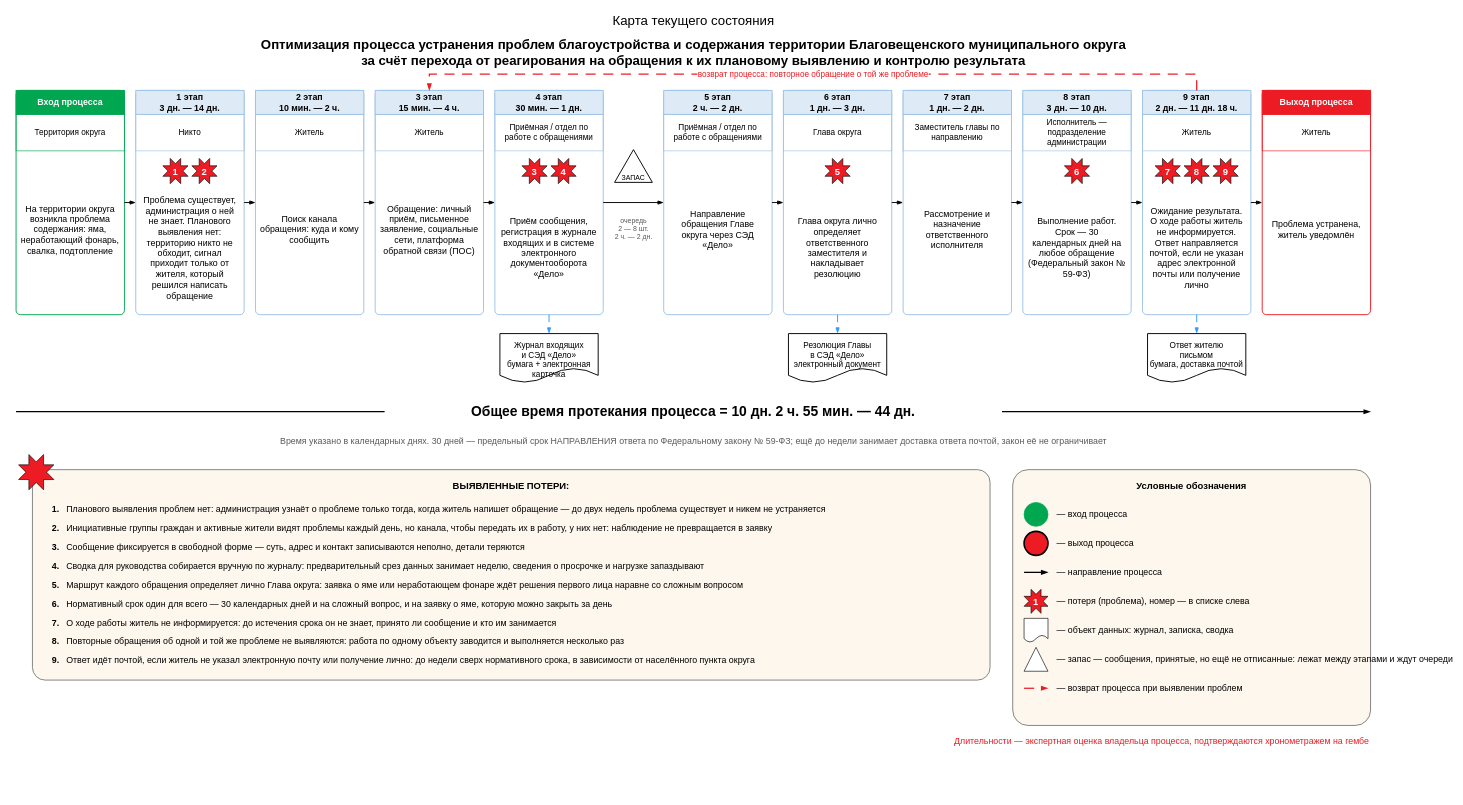
The draw.io diagram page "Текущее состояние" (1 of 2) of файлы/karta-tekushchego.drawio in NiceGenn/Team-28-progress, before the edit. Source tidied: cells renumbered, new cells numbered last; positions are measured from the earlier drawing's top-left corner, leaving out a move shared by most shapes. Both pictures are drawn from the tidied source at 63%, with x=0, y=0 at pixel (16, 11).
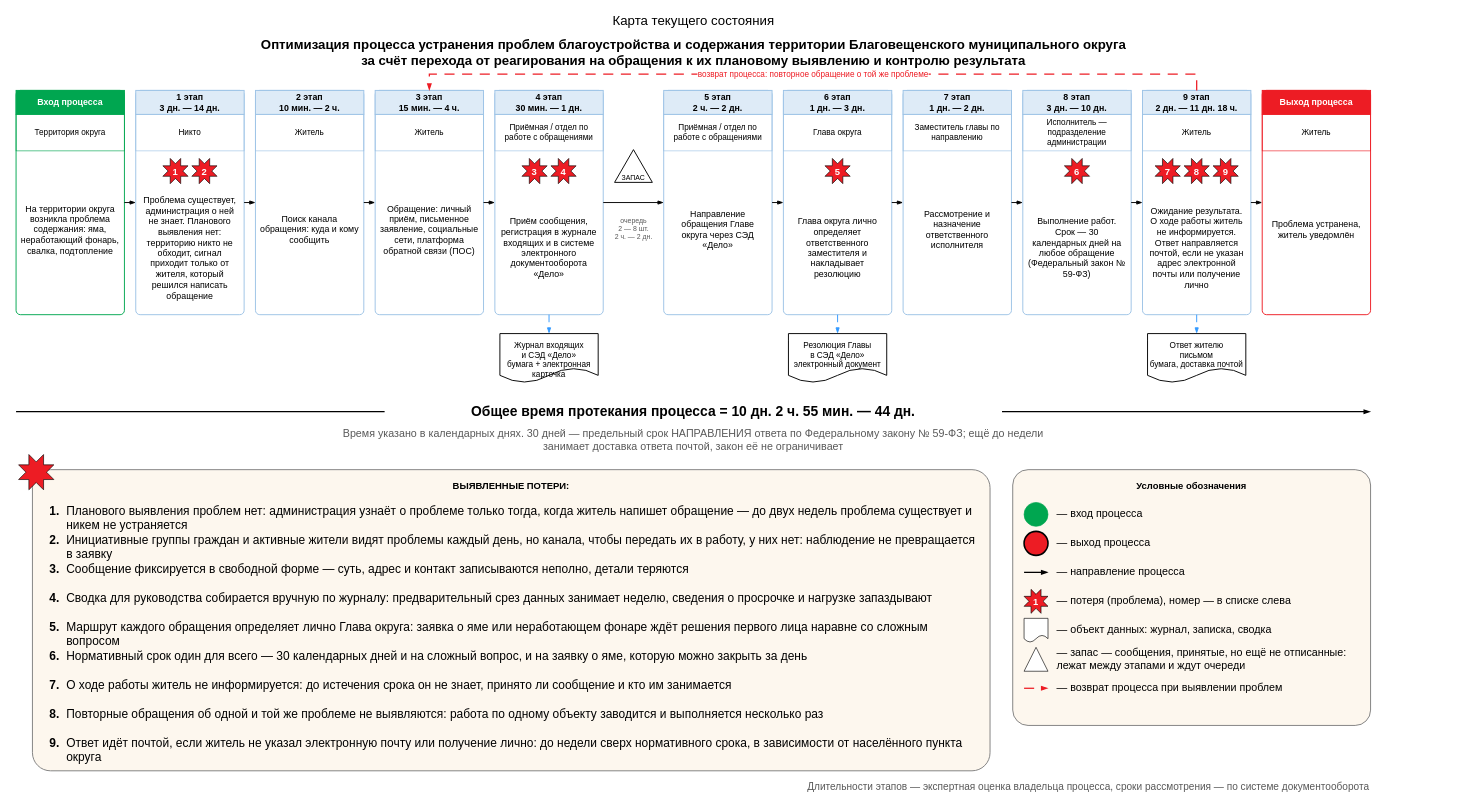
After the change.

The change refers to these unchanged cells:
```xml
<mxCell id="99" value="Условные обозначения" style="rounded=1;arcSize=6;whiteSpace=wrap;html=1;fillColor=#FDF7EE;strokeColor=#7F7F7F;strokeWidth=1.5;verticalAlign=top;align=center;fontSize=15;fontStyle=1;spacing=12;" parent="1" vertex="1">
  <mxGeometry x="1582" y="728" width="568" height="406" as="geometry" />
</mxCell>
```

What changed in the source:
```diff
@@
-    <mxCell id="78" value="Время указано в календарных днях. 30 дней — предельный срок НАПРАВЛЕНИЯ ответа по Федеральному закону № 59-ФЗ; ещё до недели занимает доставка ответа почтой, закон её не ограничивает" style="text;html=1;align=center;verticalAlign=middle;fontSize=14;fontColor=#595959;" parent="1" vertex="1">
+    <mxCell id="78" value="Время указано в календарных днях. 30 дней — предельный срок НАПРАВЛЕНИЯ ответа по Федеральному закону № 59-ФЗ; ещё до недели занимает доставка ответа почтой, закон её не ограничивает" style="text;html=1;align=center;verticalAlign=middle;whiteSpace=wrap;fontSize=17;fontColor=#595959;" parent="1" vertex="1">
       <mxGeometry x="515" y="660" width="1120" height="44" as="geometry" />
     </mxCell>
     <mxCell id="79" value="ВЫЯВЛЕННЫЕ ПОТЕРИ:" style="rounded=1;arcSize=6;whiteSpace=wrap;html=1;fillColor=#FDF7EE;strokeColor=#7F7F7F;strokeWidth=1.5;verticalAlign=top;align=center;fontSize=15;fontStyle=1;spacing=12;" parent="1" vertex="1">
-      <mxGeometry x="26" y="728" width="1520" height="334" as="geometry" />
+      <mxGeometry x="26" y="728" width="1520" height="478" as="geometry" />
     </mxCell>
-    <mxCell id="80" value="1." style="text;html=1;align=right;verticalAlign=middle;fontSize=14;fontStyle=1;" parent="79" vertex="1">
-      <mxGeometry x="14" y="48" width="30" height="30" as="geometry" />
+    <mxCell id="80" value="1." style="text;html=1;align=right;verticalAlign=top;fontSize=19;fontStyle=1;" parent="79" vertex="1">
+      <mxGeometry x="10" y="48" width="34" height="46" as="geometry" />
     </mxCell>
-    <mxCell id="81" value="Планового выявления проблем нет: администрация узнаёт о проблеме только тогда, когда житель напишет обращение — до двух недель проблема существует и никем не устраняется" style="text;html=1;align=left;verticalAlign=middle;fontSize=14;" parent="79" vertex="1">
-      <mxGeometry x="52" y="48" width="1450" height="30" as="geometry" />
+    <mxCell id="81" value="Планового выявления проблем нет: администрация узнаёт о проблеме только тогда, когда житель напишет обращение — до двух недель проблема существует и никем не устраняется" style="text;html=1;align=left;verticalAlign=top;whiteSpace=wrap;fontSize=19;" parent="79" vertex="1">
+      <mxGeometry x="52" y="48" width="1450" height="46" as="geometry" />
     </mxCell>
-    <mxCell id="82" value="2." style="text;html=1;align=right;verticalAlign=middle;fontSize=14;fontStyle=1;" parent="79" vertex="1">
-      <mxGeometry x="14" y="78" width="30" height="30" as="geometry" />
+    <mxCell id="82" value="2." style="text;html=1;align=right;verticalAlign=top;fontSize=19;fontStyle=1;" parent="79" vertex="1">
+      <mxGeometry x="10" y="94" width="34" height="46" as="geometry" />
     </mxCell>
-    <mxCell id="83" value="Инициативные группы граждан и активные жители видят проблемы каждый день, но канала, чтобы передать их в работу, у них нет: наблюдение не превращается в заявку" style="text;html=1;align=left;verticalAlign=middle;fontSize=14;" parent="79" vertex="1">
-      <mxGeometry x="52" y="78" width="1450" height="30" as="geometry" />
+    <mxCell id="83" value="Инициативные группы граждан и активные жители видят проблемы каждый день, но канала, чтобы передать их в работу, у них нет: наблюдение не превращается в заявку" style="text;html=1;align=left;verticalAlign=top;whiteSpace=wrap;fontSize=19;" parent="79" vertex="1">
+      <mxGeometry x="52" y="94" width="1450" height="46" as="geometry" />
     </mxCell>
-    <mxCell id="84" value="3." style="text;html=1;align=right;verticalAlign=middle;fontSize=14;fontStyle=1;" parent="79" vertex="1">
-      <mxGeometry x="14" y="108" width="30" height="30" as="geometry" />
+    <mxCell id="84" value="3." style="text;html=1;align=right;verticalAlign=top;fontSize=19;fontStyle=1;" parent="79" vertex="1">
+      <mxGeometry x="10" y="140" width="34" height="46" as="geometry" />
     </mxCell>
-    <mxCell id="85" value="Сообщение фиксируется в свободной форме — суть, адрес и контакт записываются неполно, детали теряются" style="text;html=1;align=left;verticalAlign=middle;fontSize=14;" parent="79" vertex="1">
-      <mxGeometry x="52" y="108" width="1450" height="30" as="geometry" />
+    <mxCell id="85" value="Сообщение фиксируется в свободной форме — суть, адрес и контакт записываются неполно, детали теряются" style="text;html=1;align=left;verticalAlign=top;whiteSpace=wrap;fontSize=19;" parent="79" vertex="1">
+      <mxGeometry x="52" y="140" width="1450" height="46" as="geometry" />
     </mxCell>
-    <mxCell id="86" value="4." style="text;html=1;align=right;verticalAlign=middle;fontSize=14;fontStyle=1;" parent="79" vertex="1">
-      <mxGeometry x="14" y="138" width="30" height="30" as="geometry" />
+    <mxCell id="86" value="4." style="text;html=1;align=right;verticalAlign=top;fontSize=19;fontStyle=1;" parent="79" vertex="1">
+      <mxGeometry x="10" y="186" width="34" height="46" as="geometry" />
     </mxCell>
-    <mxCell id="87" value="Сводка для руководства собирается вручную по журналу: предварительный срез данных занимает неделю, сведения о просрочке и нагрузке запаздывают" style="text;html=1;align=left;verticalAlign=middle;fontSize=14;" parent="79" vertex="1">
-      <mxGeometry x="52" y="138" width="1450" height="30" as="geometry" />
+    <mxCell id="87" value="Сводка для руководства собирается вручную по журналу: предварительный срез данных занимает неделю, сведения о просрочке и нагрузке запаздывают" style="text;html=1;align=left;verticalAlign=top;whiteSpace=wrap;fontSize=19;" parent="79" vertex="1">
+      <mxGeometry x="52" y="186" width="1450" height="46" as="geometry" />
     </mxCell>
-    <mxCell id="88" value="5." style="text;html=1;align=right;verticalAlign=middle;fontSize=14;fontStyle=1;" parent="79" vertex="1">
-      <mxGeometry x="14" y="168" width="30" height="30" as="geometry" />
+    <mxCell id="88" value="5." style="text;html=1;align=right;verticalAlign=top;fontSize=19;fontStyle=1;" parent="79" vertex="1">
+      <mxGeometry x="10" y="232" width="34" height="46" as="geometry" />
     </mxCell>
-    <mxCell id="89" value="Маршрут каждого обращения определяет лично Глава округа: заявка о яме или неработающем фонаре ждёт решения первого лица наравне со сложным вопросом" style="text;html=1;align=left;verticalAlign=middle;fontSize=14;" parent="79" vertex="1">
-      <mxGeometry x="52" y="168" width="1450" height="30" as="geometry" />
+    <mxCell id="89" value="Маршрут каждого обращения определяет лично Глава округа: заявка о яме или неработающем фонаре ждёт решения первого лица наравне со сложным вопросом" style="text;html=1;align=left;verticalAlign=top;whiteSpace=wrap;fontSize=19;" parent="79" vertex="1">
+      <mxGeometry x="52" y="232" width="1450" height="46" as="geometry" />
     </mxCell>
-    <mxCell id="90" value="6." style="text;html=1;align=right;verticalAlign=middle;fontSize=14;fontStyle=1;" parent="79" vertex="1">
-      <mxGeometry x="14" y="198" width="30" height="30" as="geometry" />
+    <mxCell id="90" value="6." style="text;html=1;align=right;verticalAlign=top;fontSize=19;fontStyle=1;" parent="79" vertex="1">
+      <mxGeometry x="10" y="278" width="34" height="46" as="geometry" />
     </mxCell>
-    <mxCell id="91" value="Нормативный срок один для всего — 30 календарных дней и на сложный вопрос, и на заявку о яме, которую можно закрыть за день" style="text;html=1;align=left;verticalAlign=middle;fontSize=14;" parent="79" vertex="1">
-      <mxGeometry x="52" y="198" width="1450" height="30" as="geometry" />
+    <mxCell id="91" value="Нормативный срок один для всего — 30 календарных дней и на сложный вопрос, и на заявку о яме, которую можно закрыть за день" style="text;html=1;align=left;verticalAlign=top;whiteSpace=wrap;fontSize=19;" parent="79" vertex="1">
+      <mxGeometry x="52" y="278" width="1450" height="46" as="geometry" />
     </mxCell>
-    <mxCell id="92" value="7." style="text;html=1;align=right;verticalAlign=middle;fontSize=14;fontStyle=1;" parent="79" vertex="1">
-      <mxGeometry x="14" y="228" width="30" height="30" as="geometry" />
+    <mxCell id="92" value="7." style="text;html=1;align=right;verticalAlign=top;fontSize=19;fontStyle=1;" parent="79" vertex="1">
+      <mxGeometry x="10" y="324" width="34" height="46" as="geometry" />
     </mxCell>
-    <mxCell id="93" value="О ходе работы житель не информируется: до истечения срока он не знает, принято ли сообщение и кто им занимается" style="text;html=1;align=left;verticalAlign=middle;fontSize=14;" parent="79" vertex="1">
-      <mxGeometry x="52" y="228" width="1450" height="30" as="geometry" />
+    <mxCell id="93" value="О ходе работы житель не информируется: до истечения срока он не знает, принято ли сообщение и кто им занимается" style="text;html=1;align=left;verticalAlign=top;whiteSpace=wrap;fontSize=19;" parent="79" vertex="1">
+      <mxGeometry x="52" y="324" width="1450" height="46" as="geometry" />
     </mxCell>
-    <mxCell id="94" value="8." style="text;html=1;align=right;verticalAlign=middle;fontSize=14;fontStyle=1;" parent="79" vertex="1">
-      <mxGeometry x="14" y="258" width="30" height="30" as="geometry" />
+    <mxCell id="94" value="8." style="text;html=1;align=right;verticalAlign=top;fontSize=19;fontStyle=1;" parent="79" vertex="1">
+      <mxGeometry x="10" y="370" width="34" height="46" as="geometry" />
     </mxCell>
-    <mxCell id="95" value="Повторные обращения об одной и той же проблеме не выявляются: работа по одному объекту заводится и выполняется несколько раз" style="text;html=1;align=left;verticalAlign=middle;fontSize=14;" parent="79" vertex="1">
-      <mxGeometry x="52" y="258" width="1450" height="30" as="geometry" />
+    <mxCell id="95" value="Повторные обращения об одной и той же проблеме не выявляются: работа по одному объекту заводится и выполняется несколько раз" style="text;html=1;align=left;verticalAlign=top;whiteSpace=wrap;fontSize=19;" parent="79" vertex="1">
+      <mxGeometry x="52" y="370" width="1450" height="46" as="geometry" />
     </mxCell>
-    <mxCell id="96" value="9." style="text;html=1;align=right;verticalAlign=middle;fontSize=14;fontStyle=1;" parent="79" vertex="1">
-      <mxGeometry x="14" y="288" width="30" height="30" as="geometry" />
+    <mxCell id="96" value="9." style="text;html=1;align=right;verticalAlign=top;fontSize=19;fontStyle=1;" parent="79" vertex="1">
+      <mxGeometry x="10" y="416" width="34" height="46" as="geometry" />
     </mxCell>
-    <mxCell id="97" value="Ответ идёт почтой, если житель не указал электронную почту или получение лично: до недели сверх нормативного срока, в зависимости от населённого пункта округа" style="text;html=1;align=left;verticalAlign=middle;fontSize=14;" parent="79" vertex="1">
-      <mxGeometry x="52" y="288" width="1450" height="30" as="geometry" />
+    <mxCell id="97" value="Ответ идёт почтой, если житель не указал электронную почту или получение лично: до недели сверх нормативного срока, в зависимости от населённого пункта округа" style="text;html=1;align=left;verticalAlign=top;whiteSpace=wrap;fontSize=19;" parent="79" vertex="1">
+      <mxGeometry x="52" y="416" width="1450" height="46" as="geometry" />
     </mxCell>
@@
-    <mxCell id="101" value="— вход процесса" style="text;html=1;align=left;verticalAlign=middle;fontSize=14;" parent="99" vertex="1">
+    <mxCell id="101" value="— вход процесса" style="text;html=1;align=left;verticalAlign=middle;whiteSpace=wrap;fontSize=17;" parent="99" vertex="1">
       <mxGeometry x="68" y="48" width="482" height="46" as="geometry" />
     </mxCell>
@@
-    <mxCell id="103" value="— выход процесса" style="text;html=1;align=left;verticalAlign=middle;fontSize=14;" parent="99" vertex="1">
+    <mxCell id="103" value="— выход процесса" style="text;html=1;align=left;verticalAlign=middle;whiteSpace=wrap;fontSize=17;" parent="99" vertex="1">
       <mxGeometry x="68" y="94" width="482" height="46" as="geometry" />
     </mxCell>
@@
-    <mxCell id="105" value="— направление процесса" style="text;html=1;align=left;verticalAlign=middle;fontSize=14;" parent="99" vertex="1">
+    <mxCell id="105" value="— направление процесса" style="text;html=1;align=left;verticalAlign=middle;whiteSpace=wrap;fontSize=17;" parent="99" vertex="1">
       <mxGeometry x="68" y="140" width="482" height="46" as="geometry" />
     </mxCell>
@@
-    <mxCell id="107" value="— потеря (проблема), номер — в списке слева" style="text;html=1;align=left;verticalAlign=middle;fontSize=14;" parent="99" vertex="1">
+    <mxCell id="107" value="— потеря (проблема), номер — в списке слева" style="text;html=1;align=left;verticalAlign=middle;whiteSpace=wrap;fontSize=17;" parent="99" vertex="1">
       <mxGeometry x="68" y="186" width="482" height="46" as="geometry" />
     </mxCell>
@@
-    <mxCell id="109" value="— объект данных: журнал, записка, сводка" style="text;html=1;align=left;verticalAlign=middle;fontSize=14;" parent="99" vertex="1">
+    <mxCell id="109" value="— объект данных: журнал, записка, сводка" style="text;html=1;align=left;verticalAlign=middle;whiteSpace=wrap;fontSize=17;" parent="99" vertex="1">
       <mxGeometry x="68" y="232" width="482" height="46" as="geometry" />
     </mxCell>
@@
-    <mxCell id="111" value="— запас — сообщения, принятые, но ещё не отписанные: лежат между этапами и ждут очереди" style="text;html=1;align=left;verticalAlign=middle;fontSize=14;" parent="99" vertex="1">
+    <mxCell id="111" value="— запас — сообщения, принятые, но ещё не отписанные: лежат между этапами и ждут очереди" style="text;html=1;align=left;verticalAlign=middle;whiteSpace=wrap;fontSize=17;" parent="99" vertex="1">
       <mxGeometry x="68" y="278" width="482" height="46" as="geometry" />
     </mxCell>
@@
-    <mxCell id="113" value="— возврат процесса при выявлении проблем" style="text;html=1;align=left;verticalAlign=middle;fontSize=14;" parent="99" vertex="1">
+    <mxCell id="113" value="— возврат процесса при выявлении проблем" style="text;html=1;align=left;verticalAlign=middle;whiteSpace=wrap;fontSize=17;" parent="99" vertex="1">
       <mxGeometry x="68" y="324" width="482" height="46" as="geometry" />
     </mxCell>
-    <mxCell id="114" value="Длительности — экспертная оценка владельца процесса, подтверждаются хронометражем на гембе" style="text;html=1;align=right;verticalAlign=middle;whiteSpace=wrap;fontSize=14;fontColor=#ED1C24;" parent="1" vertex="1">
-      <mxGeometry x="1250" y="1146" width="900" height="26" as="geometry" />
+    <mxCell id="114" value="Длительности этапов — экспертная оценка владельца процесса, сроки рассмотрения — по системе документооборота" style="text;html=1;align=right;verticalAlign=middle;whiteSpace=wrap;fontSize=16;fontColor=#595959;" parent="1" vertex="1">
+      <mxGeometry x="1170" y="1218" width="980" height="26" as="geometry" />
     </mxCell>
```
